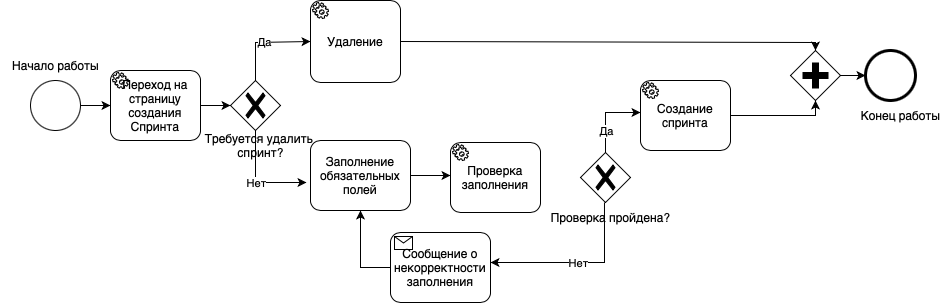
Earlier version of the draw.io export images/CreateSprint.png (DibrovDru/Architecture.1). Source tidied: cells renumbered, new cells last; positions are measured from the earlier drawing's top-left corner, leaving out a move shared by most shapes.
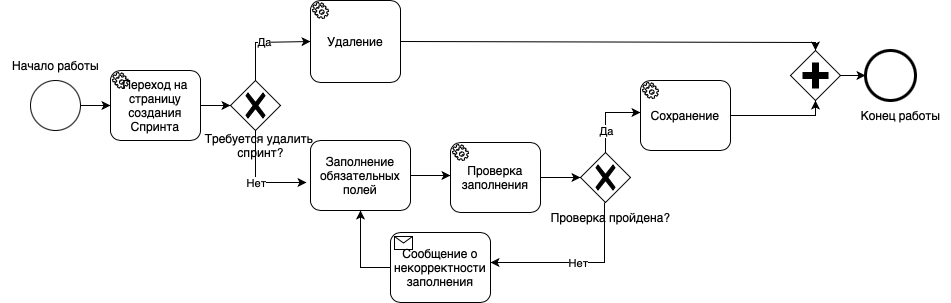
The same diagram one commit later.

What changed in the source:
```diff
@@ -51,6 +51,9 @@
     <mxCell id="14" value="Заполнение обязательных полей" style="points=[[0.25,0,0],[0.5,0,0],[0.75,0,0],[1,0.25,0],[1,0.5,0],[1,0.75,0],[0.75,1,0],[0.5,1,0],[0.25,1,0],[0,0.75,0],[0,0.5,0],[0,0.25,0]];shape=mxgraph.bpmn.task;whiteSpace=wrap;rectStyle=rounded;size=10;html=1;taskMarker=abstract;" parent="1" vertex="1">
       <mxGeometry x="310" y="140" width="100" height="70" as="geometry" />
     </mxCell>
+    <mxCell id="32" style="edgeStyle=orthogonalEdgeStyle;rounded=0;jettySize=auto;html=1;exitX=1;exitY=0.5;exitDx=0;exitDy=0;exitPerimeter=0;entryX=0;entryY=0.5;entryDx=0;entryDy=0;entryPerimeter=0;" parent="1" edge="1" source="15" target="17">
+      <mxGeometry relative="1" as="geometry" />
+    </mxCell>
     <mxCell id="15" value="Проверка заполнения" style="points=[[0.25,0,0],[0.5,0,0],[0.75,0,0],[1,0.25,0],[1,0.5,0],[1,0.75,0],[0.75,1,0],[0.5,1,0],[0.25,1,0],[0,0.75,0],[0,0.5,0],[0,0.25,0]];shape=mxgraph.bpmn.task;whiteSpace=wrap;rectStyle=rounded;size=10;html=1;taskMarker=service;" parent="1" vertex="1">
       <mxGeometry x="450" y="142" width="90" height="70" as="geometry" />
     </mxCell>
@@ -96,7 +99,7 @@
         </Array>
       </mxGeometry>
     </mxCell>
-    <mxCell id="24" value="Создание спринта" style="points=[[0.25,0,0],[0.5,0,0],[0.75,0,0],[1,0.25,0],[1,0.5,0],[1,0.75,0],[0.75,1,0],[0.5,1,0],[0.25,1,0],[0,0.75,0],[0,0.5,0],[0,0.25,0]];shape=mxgraph.bpmn.task;whiteSpace=wrap;rectStyle=rounded;size=10;html=1;taskMarker=service;" parent="1" vertex="1">
+    <mxCell id="24" value="Сохранение" style="points=[[0.25,0,0],[0.5,0,0],[0.75,0,0],[1,0.25,0],[1,0.5,0],[1,0.75,0],[0.75,1,0],[0.5,1,0],[0.25,1,0],[0,0.75,0],[0,0.5,0],[0,0.25,0]];shape=mxgraph.bpmn.task;whiteSpace=wrap;rectStyle=rounded;size=10;html=1;taskMarker=service;" parent="1" vertex="1">
       <mxGeometry x="640" y="80" width="90" height="70" as="geometry" />
     </mxCell>
     <mxCell id="25" style="points=[[0.25,0.25,0],[0.5,0,0],[0.75,0.25,0],[1,0.5,0],[0.75,0.75,0],[0.5,1,0],[0.25,0.75,0],[0,0.5,0]];shape=mxgraph.bpmn.gateway2;html=1;verticalLabelPosition=bottom;labelBackgroundColor=#ffffff;verticalAlign=top;align=center;perimeter=rhombusPerimeter;outlineConnect=0;outline=none;symbol=none;gwType=parallel;" parent="1" vertex="1">
```
